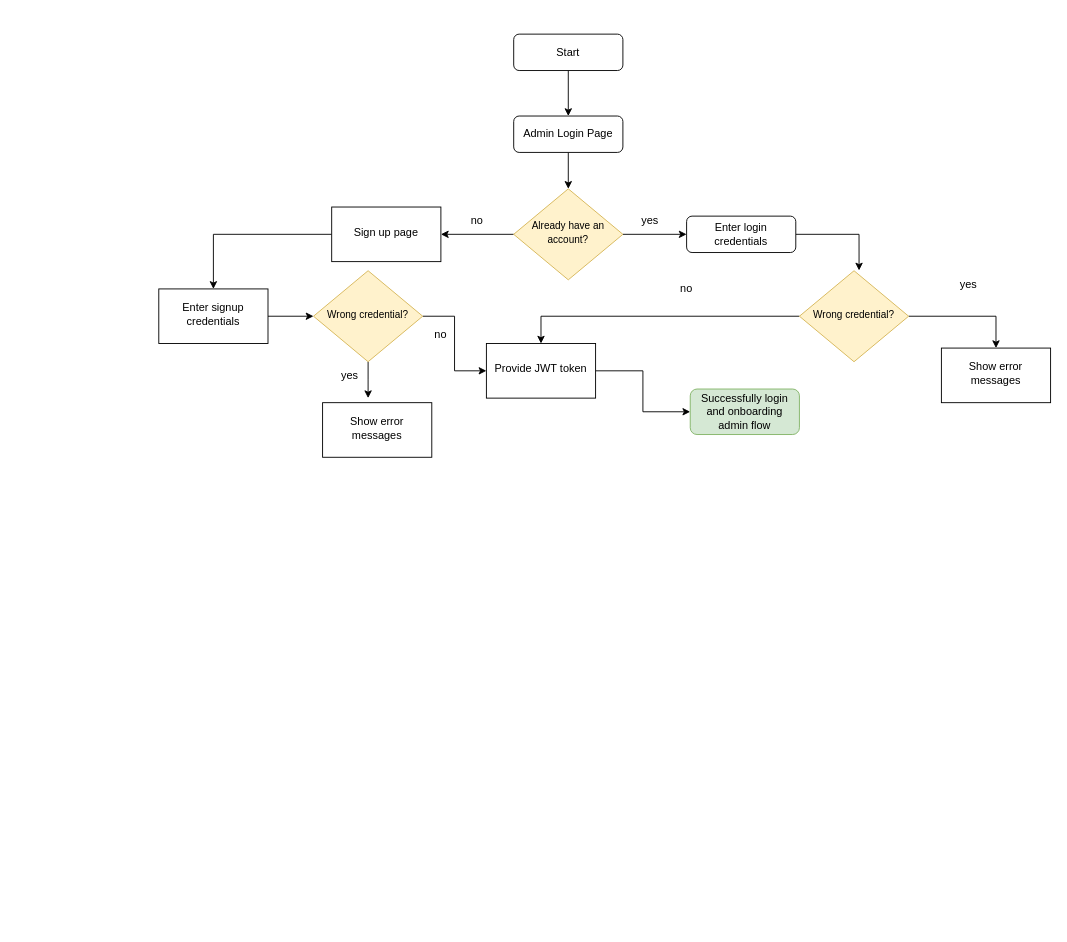
This is Untitled Diagram.drawio from Riaz9588/Bit-Softs, a draw.io file, before an edit. Source tidied: cells renumbered, new cells numbered last; positions are measured from the earlier drawing's top-left corner, leaving out a move shared by most shapes. Both pictures are drawn from the tidied source at 91%, with x=0, y=0 at pixel (158, 34).
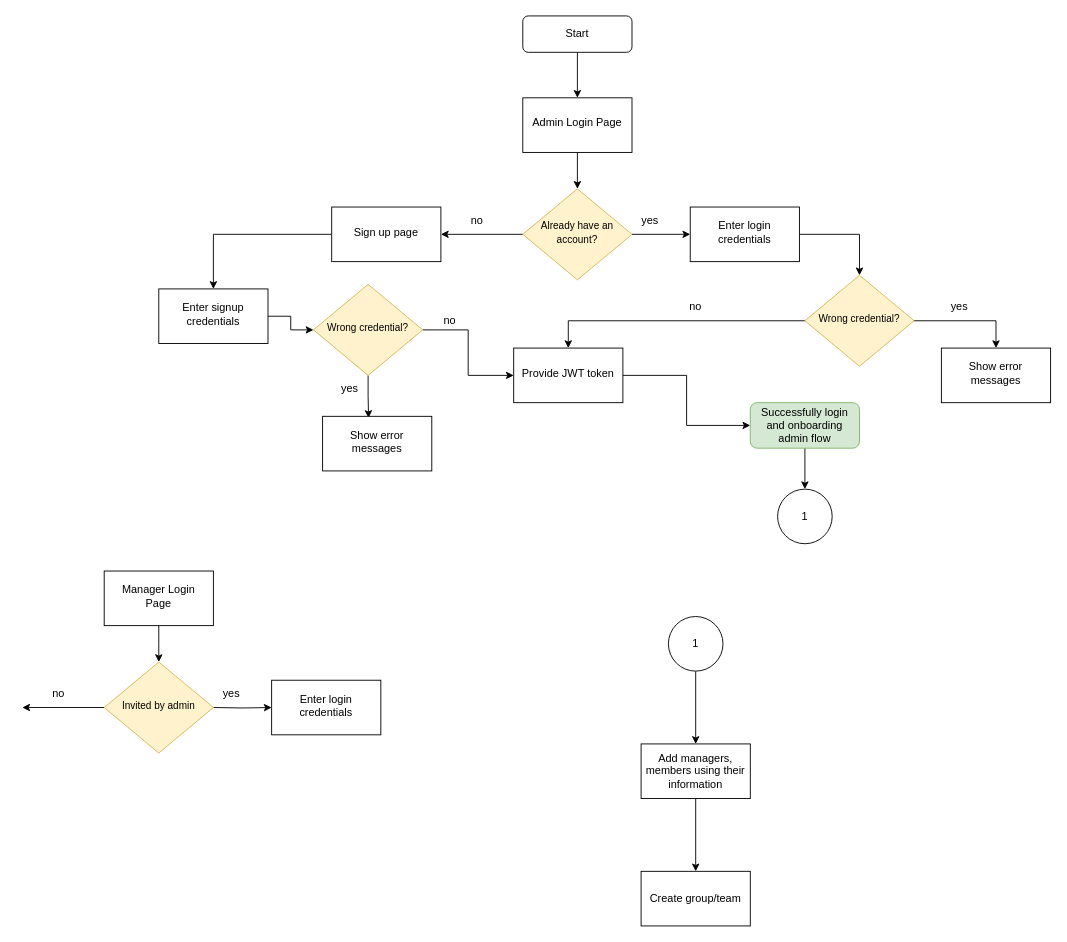
Above is the later version.

The edit, as a diff of the source:
```diff
@@
-    <mxCell id="2" style="edgeStyle=orthogonalEdgeStyle;rounded=0;jettySize=auto;html=1;entryX=0.5;entryY=0;entryDx=0;entryDy=0;" parent="1" edge="1" source="3" target="8">
-      <mxGeometry relative="1" as="geometry" />
-    </mxCell>
-    <mxCell id="3" value="Start" style="rounded=1;whiteSpace=wrap;html=1;fontSize=12;glass=0;strokeWidth=1;shadow=0;" parent="1" vertex="1">
-      <mxGeometry x="390" width="120" height="40" as="geometry" />
-    </mxCell>
@@
-    <mxCell id="5" style="edgeStyle=orthogonalEdgeStyle;rounded=0;jettySize=auto;html=1;entryX=0;entryY=0.5;entryDx=0;entryDy=0;" parent="1" edge="1" source="6" target="10">
-      <mxGeometry relative="1" as="geometry" />
-    </mxCell>
+    <mxCell id="32" style="edgeStyle=orthogonalEdgeStyle;rounded=0;jettySize=auto;html=1;entryX=0;entryY=0.5;entryDx=0;entryDy=0;" parent="1" edge="1" source="6" target="37">
+      <mxGeometry relative="1" as="geometry" />
+    </mxCell>
     <mxCell id="6" value="&lt;font style=&quot;font-size: 11px;&quot;&gt;Already have an account?&lt;/font&gt;" style="rhombus;whiteSpace=wrap;html=1;shadow=0;fontFamily=Helvetica;fontSize=12;align=center;strokeWidth=1;spacing=6;spacingTop=-4;fillColor=#fff2cc;strokeColor=#d6b656;" parent="1" vertex="1">
-      <mxGeometry x="390" y="170" width="120" height="100" as="geometry" />
+      <mxGeometry x="400" y="170" width="120" height="100" as="geometry" />
     </mxCell>
-    <mxCell id="7" style="edgeStyle=orthogonalEdgeStyle;rounded=0;jettySize=auto;html=1;entryX=0.5;entryY=0;entryDx=0;entryDy=0;" parent="1" edge="1" source="8" target="6">
-      <mxGeometry relative="1" as="geometry" />
-    </mxCell>
-    <mxCell id="8" value="Admin Login Page" style="rounded=1;whiteSpace=wrap;html=1;fontSize=12;glass=0;strokeWidth=1;shadow=0;" parent="1" vertex="1">
-      <mxGeometry x="390" y="90" width="120" height="40" as="geometry" />
-    </mxCell>
-    <mxCell id="9" style="edgeStyle=orthogonalEdgeStyle;rounded=0;jettySize=auto;html=1;entryX=0.546;entryY=-0.003;entryDx=0;entryDy=0;entryPerimeter=0;" parent="1" edge="1" source="10" target="28">
-      <mxGeometry relative="1" as="geometry" />
-    </mxCell>
-    <mxCell id="10" value="Enter login credentials" style="rounded=1;whiteSpace=wrap;html=1;fontSize=12;glass=0;strokeWidth=1;shadow=0;" parent="1" vertex="1">
-      <mxGeometry x="580" y="200" width="120" height="40" as="geometry" />
-    </mxCell>
@@
     <mxCell id="17" value="Provide JWT token" style="whiteSpace=wrap;html=1;shadow=0;strokeWidth=1;spacing=6;spacingTop=-4;" parent="1" vertex="1">
-      <mxGeometry x="360" y="340" width="120" height="60" as="geometry" />
+      <mxGeometry x="390" y="345" width="120" height="60" as="geometry" />
     </mxCell>
@@
     <mxCell id="19" value="yes" style="text;strokeColor=none;align=center;fillColor=none;html=1;verticalAlign=middle;whiteSpace=wrap;rounded=0;" parent="1" vertex="1">
-      <mxGeometry x="180" y="360" width="60" height="30" as="geometry" />
+      <mxGeometry x="180" y="375" width="60" height="30" as="geometry" />
     </mxCell>
     <mxCell id="20" value="no" style="text;strokeColor=none;align=center;fillColor=none;html=1;verticalAlign=middle;whiteSpace=wrap;rounded=0;" parent="1" vertex="1">
-      <mxGeometry x="280" y="315" width="60" height="30" as="geometry" />
+      <mxGeometry x="290" y="300" width="60" height="30" as="geometry" />
     </mxCell>
+    <mxCell id="33" style="edgeStyle=orthogonalEdgeStyle;rounded=0;jettySize=auto;html=1;entryX=0.5;entryY=0;entryDx=0;entryDy=0;" parent="1" edge="1" source="21" target="35">
+      <mxGeometry relative="1" as="geometry" />
+    </mxCell>
     <mxCell id="21" value="Successfully login and onboarding admin flow" style="rounded=1;whiteSpace=wrap;html=1;fontSize=12;glass=0;strokeWidth=1;shadow=0;fillColor=#d5e8d4;strokeColor=#82b366;" parent="1" vertex="1">
-      <mxGeometry x="584" y="390" width="120" height="50" as="geometry" />
+      <mxGeometry x="650" y="405" width="120" height="50" as="geometry" />
     </mxCell>
     <mxCell id="22" value="yes" style="text;strokeColor=none;align=center;fillColor=none;html=1;verticalAlign=middle;whiteSpace=wrap;rounded=0;" parent="1" vertex="1">
-      <mxGeometry x="860" y="260" width="60" height="30" as="geometry" />
+      <mxGeometry x="850" y="285" width="60" height="30" as="geometry" />
     </mxCell>
@@
-    <mxCell id="24" style="edgeStyle=orthogonalEdgeStyle;rounded=0;jettySize=auto;html=1;" parent="1" edge="1" source="25">
-      <mxGeometry relative="1" as="geometry">
-        <mxPoint x="230" y="400" as="targetPoint" />
-      </mxGeometry>
-    </mxCell>
+    <mxCell id="34" style="edgeStyle=orthogonalEdgeStyle;rounded=0;jettySize=auto;html=1;entryX=0.421;entryY=0.03;entryDx=0;entryDy=0;entryPerimeter=0;" parent="1" edge="1" source="25" target="31">
+      <mxGeometry relative="1" as="geometry" />
+    </mxCell>
     <mxCell id="25" value="&lt;font style=&quot;font-size: 11px;&quot;&gt;Wrong credential?&lt;/font&gt;" style="rhombus;whiteSpace=wrap;html=1;shadow=0;fontFamily=Helvetica;fontSize=12;align=center;strokeWidth=1;spacing=6;spacingTop=-4;fillColor=#fff2cc;strokeColor=#d6b656;" parent="1" vertex="1">
-      <mxGeometry x="170" y="260" width="120" height="100" as="geometry" />
+      <mxGeometry x="170" y="275" width="120" height="100" as="geometry" />
     </mxCell>
@@
     <mxCell id="28" value="&lt;font style=&quot;font-size: 11px;&quot;&gt;Wrong credential?&lt;/font&gt;" style="rhombus;whiteSpace=wrap;html=1;shadow=0;fontFamily=Helvetica;fontSize=12;align=center;strokeWidth=1;spacing=6;spacingTop=-4;fillColor=#fff2cc;strokeColor=#d6b656;" parent="1" vertex="1">
-      <mxGeometry x="704" y="260" width="120" height="100" as="geometry" />
+      <mxGeometry x="710" y="265" width="120" height="100" as="geometry" />
     </mxCell>
     <mxCell id="29" value="no" style="text;strokeColor=none;align=center;fillColor=none;html=1;verticalAlign=middle;whiteSpace=wrap;rounded=0;" parent="1" vertex="1">
-      <mxGeometry x="550" y="265" width="60" height="30" as="geometry" />
+      <mxGeometry x="560" y="285" width="60" height="30" as="geometry" />
     </mxCell>
@@
     <mxCell id="31" value="Show error messages" style="whiteSpace=wrap;html=1;shadow=0;strokeWidth=1;spacing=6;spacingTop=-4;" parent="1" vertex="1">
-      <mxGeometry x="180" y="405" width="120" height="60" as="geometry" />
+      <mxGeometry x="180" y="420" width="120" height="60" as="geometry" />
     </mxCell>
+    <mxCell id="35" value="1" style="ellipse;whiteSpace=wrap;html=1;" parent="1" vertex="1">
+      <mxGeometry x="680" y="500" width="60" height="60" as="geometry" />
+    </mxCell>
+    <mxCell id="2" style="edgeStyle=orthogonalEdgeStyle;rounded=0;jettySize=auto;html=1;entryX=0.5;entryY=0;entryDx=0;entryDy=0;" parent="1" edge="1" source="3" target="8">
+      <mxGeometry relative="1" as="geometry" />
+    </mxCell>
+    <mxCell id="3" value="Start" style="rounded=1;whiteSpace=wrap;html=1;fontSize=12;glass=0;strokeWidth=1;shadow=0;" parent="1" vertex="1">
+      <mxGeometry x="400" y="-20" width="120" height="40" as="geometry" />
+    </mxCell>
+    <mxCell id="36" style="edgeStyle=orthogonalEdgeStyle;rounded=0;jettySize=auto;html=1;entryX=0.5;entryY=0;entryDx=0;entryDy=0;" parent="1" edge="1" source="37" target="28">
+      <mxGeometry relative="1" as="geometry" />
+    </mxCell>
+    <mxCell id="37" value="Enter login credentials" style="whiteSpace=wrap;html=1;shadow=0;strokeWidth=1;spacing=6;spacingTop=-4;" parent="1" vertex="1">
+      <mxGeometry x="584" y="190" width="120" height="60" as="geometry" />
+    </mxCell>
+    <mxCell id="7" style="edgeStyle=orthogonalEdgeStyle;rounded=0;jettySize=auto;html=1;entryX=0.5;entryY=0;entryDx=0;entryDy=0;" parent="1" edge="1" source="8" target="6">
+      <mxGeometry relative="1" as="geometry" />
+    </mxCell>
+    <mxCell id="8" value="Admin Login Page" style="whiteSpace=wrap;html=1;shadow=0;strokeWidth=1;spacing=6;spacingTop=-4;" parent="1" vertex="1">
+      <mxGeometry x="400" y="70" width="120" height="60" as="geometry" />
+    </mxCell>
+    <mxCell id="38" style="edgeStyle=orthogonalEdgeStyle;rounded=0;jettySize=auto;html=1;" parent="1" edge="1" source="39" target="41">
+      <mxGeometry relative="1" as="geometry" />
+    </mxCell>
+    <mxCell id="39" value="1" style="ellipse;whiteSpace=wrap;html=1;" parent="1" vertex="1">
+      <mxGeometry x="560" y="640" width="60" height="60" as="geometry" />
+    </mxCell>
+    <mxCell id="40" style="edgeStyle=orthogonalEdgeStyle;rounded=0;jettySize=auto;html=1;" parent="1" edge="1" source="41" target="50">
+      <mxGeometry relative="1" as="geometry" />
+    </mxCell>
+    <mxCell id="41" value="Add managers, members using their information" style="whiteSpace=wrap;html=1;" parent="1" vertex="1">
+      <mxGeometry x="530" y="780" width="120" height="60" as="geometry" />
+    </mxCell>
+    <mxCell id="42" style="edgeStyle=orthogonalEdgeStyle;rounded=0;orthogonalLoop=1;jettySize=auto;html=1;" parent="1" edge="1">
+      <mxGeometry relative="1" as="geometry">
+        <mxPoint x="-60" y="740" as="sourcePoint" />
+        <mxPoint x="-150" y="740" as="targetPoint" />
+      </mxGeometry>
+    </mxCell>
+    <mxCell id="43" style="edgeStyle=orthogonalEdgeStyle;rounded=0;jettySize=auto;html=1;entryX=0;entryY=0.5;entryDx=0;entryDy=0;" parent="1" edge="1" target="46">
+      <mxGeometry relative="1" as="geometry">
+        <mxPoint x="60" y="740" as="sourcePoint" />
+      </mxGeometry>
+    </mxCell>
+    <mxCell id="44" value="no" style="text;strokeColor=none;align=center;fillColor=none;html=1;verticalAlign=middle;whiteSpace=wrap;rounded=0;" parent="1" vertex="1">
+      <mxGeometry x="-140" y="710" width="60" height="30" as="geometry" />
+    </mxCell>
+    <mxCell id="45" value="yes" style="text;strokeColor=none;align=center;fillColor=none;html=1;verticalAlign=middle;whiteSpace=wrap;rounded=0;" parent="1" vertex="1">
+      <mxGeometry x="50" y="710" width="60" height="30" as="geometry" />
+    </mxCell>
+    <mxCell id="46" value="Enter login credentials" style="whiteSpace=wrap;html=1;shadow=0;strokeWidth=1;spacing=6;spacingTop=-4;" parent="1" vertex="1">
+      <mxGeometry x="124" y="710" width="120" height="60" as="geometry" />
+    </mxCell>
+    <mxCell id="47" style="edgeStyle=orthogonalEdgeStyle;rounded=0;jettySize=auto;html=1;entryX=0.5;entryY=0;entryDx=0;entryDy=0;" parent="1" edge="1" source="48">
+      <mxGeometry relative="1" as="geometry">
+        <mxPoint y="690" as="targetPoint" />
+      </mxGeometry>
+    </mxCell>
+    <mxCell id="48" value="Manager Login Page" style="whiteSpace=wrap;html=1;shadow=0;strokeWidth=1;spacing=6;spacingTop=-4;" parent="1" vertex="1">
+      <mxGeometry x="-60" y="590" width="120" height="60" as="geometry" />
+    </mxCell>
+    <mxCell id="49" value="&lt;span style=&quot;font-size: 11px;&quot;&gt;Invited by admin&lt;/span&gt;" style="rhombus;whiteSpace=wrap;html=1;shadow=0;fontFamily=Helvetica;fontSize=12;align=center;strokeWidth=1;spacing=6;spacingTop=-4;fillColor=#fff2cc;strokeColor=#d6b656;" parent="1" vertex="1">
+      <mxGeometry x="-60" y="690" width="120" height="100" as="geometry" />
+    </mxCell>
+    <mxCell id="50" value="Create group/team" style="whiteSpace=wrap;html=1;" parent="1" vertex="1">
+      <mxGeometry x="530" y="920" width="120" height="60" as="geometry" />
+    </mxCell>
```
